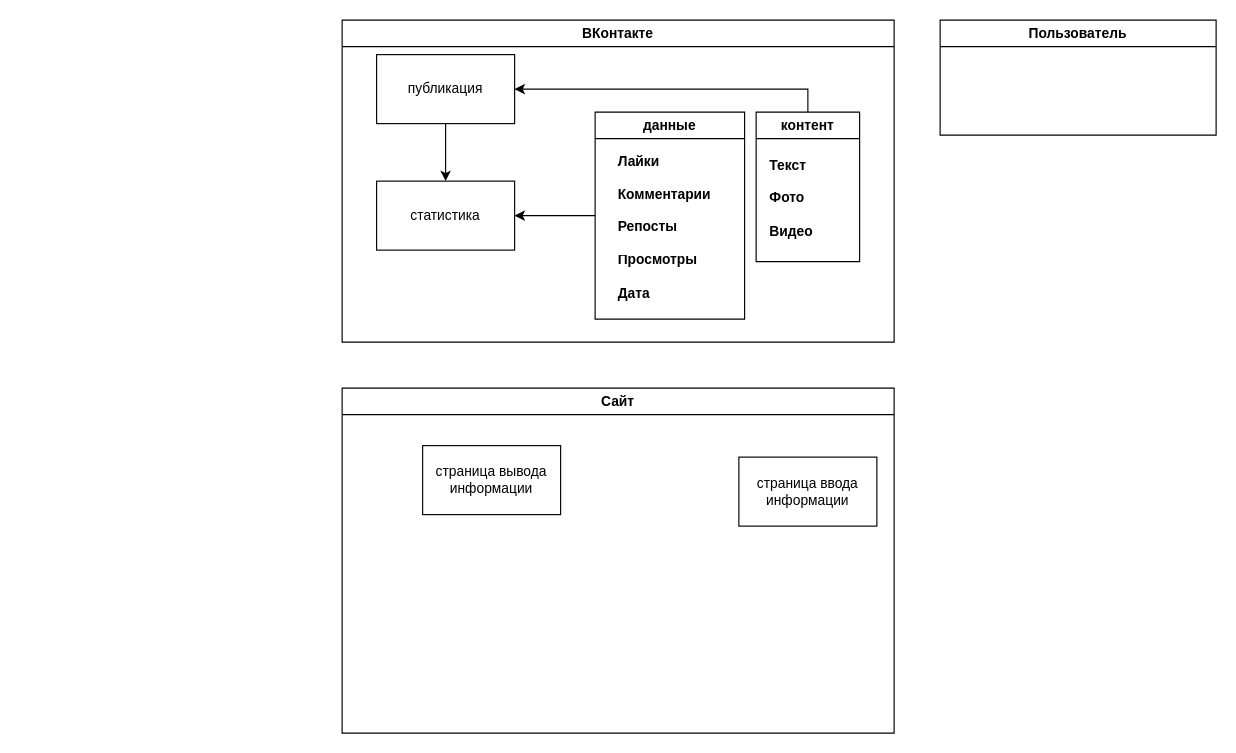
Above: мпо.drawio in l-voff/metods_rep (draw.io), before the change. Source tidied: cells renumbered, new cells numbered last; positions are measured from the earlier drawing's top-left corner, leaving out a move shared by most shapes. Both pictures are drawn from the tidied source at 115%, with x=0, y=0 at pixel (342, 20).
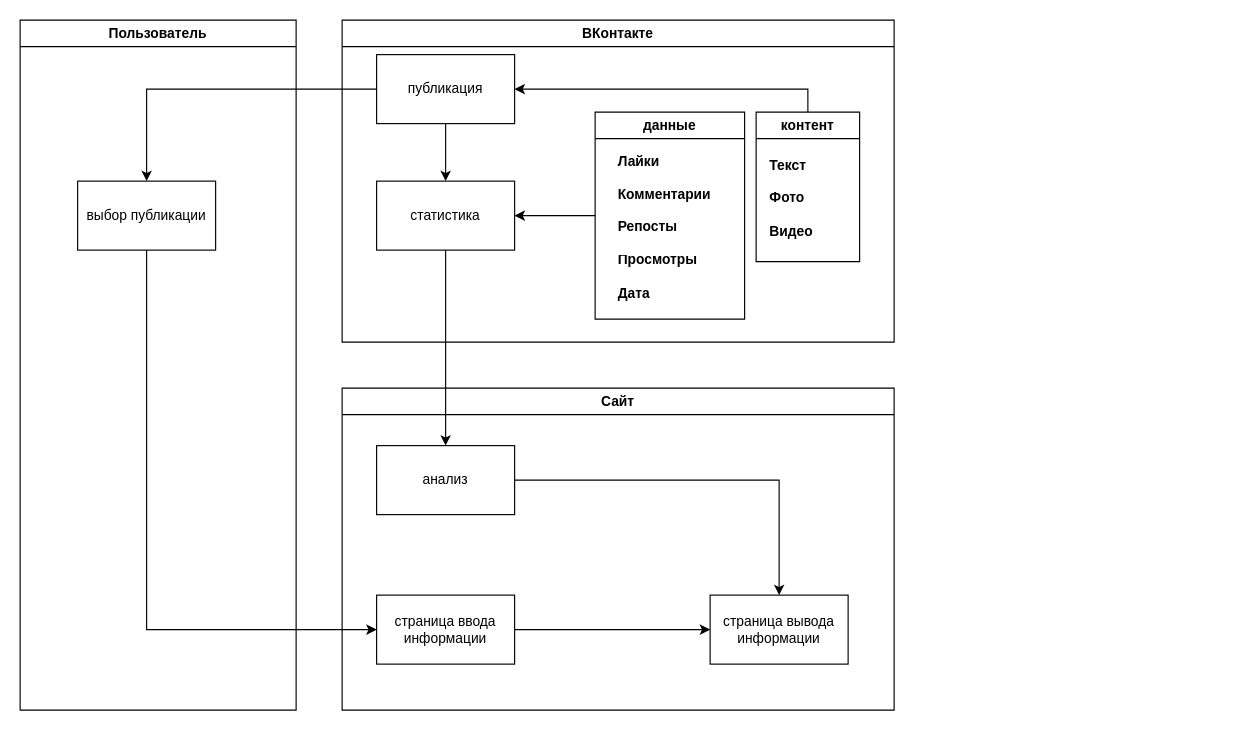
The same diagram, later.

The change refers to these unchanged cells:
```xml
<mxCell id="8" value="публикация" style="rounded=0;whiteSpace=wrap;html=1;" parent="6" vertex="1">
  <mxGeometry x="30" y="30" width="120" height="60" as="geometry" />
</mxCell>
<mxCell id="12" value="статистика" style="rounded=0;whiteSpace=wrap;html=1;" parent="6" vertex="1">
  <mxGeometry x="30" y="140" width="120" height="60" as="geometry" />
</mxCell>
```

The edit, as a diff of the source:
```diff
@@
     <mxCell id="2" value="Пользователь" style="swimlane;whiteSpace=wrap;html=1;" parent="1" vertex="1">
-      <mxGeometry x="520" width="240" height="100" as="geometry" />
+      <mxGeometry x="-280" width="240" height="600" as="geometry" />
     </mxCell>
+    <mxCell id="16" value="выбор публикации" style="rounded=0;whiteSpace=wrap;html=1;" parent="2" vertex="1">
+      <mxGeometry x="50" y="140" width="120" height="60" as="geometry" />
+    </mxCell>
     <mxCell id="3" value="Сайт" style="swimlane;whiteSpace=wrap;html=1;" parent="1" vertex="1">
-      <mxGeometry y="320" width="480" height="300" as="geometry" />
+      <mxGeometry y="320" width="480" height="280" as="geometry" />
     </mxCell>
     <mxCell id="4" value="страница вывода информации" style="rounded=0;whiteSpace=wrap;html=1;" parent="3" vertex="1">
-      <mxGeometry x="70" y="50" width="120" height="60" as="geometry" />
+      <mxGeometry x="320" y="180" width="120" height="60" as="geometry" />
     </mxCell>
+    <mxCell id="17" style="edgeStyle=orthogonalEdgeStyle;rounded=0;jettySize=auto;html=1;exitX=1;exitY=0.5;exitDx=0;exitDy=0;entryX=0;entryY=0.5;entryDx=0;entryDy=0;" parent="3" edge="1" source="5" target="4">
+      <mxGeometry relative="1" as="geometry" />
+    </mxCell>
     <mxCell id="5" value="страница ввода информации" style="rounded=0;whiteSpace=wrap;html=1;" parent="3" vertex="1">
-      <mxGeometry x="345" y="60" width="120" height="60" as="geometry" />
+      <mxGeometry x="30" y="180" width="120" height="60" as="geometry" />
     </mxCell>
+    <mxCell id="18" style="edgeStyle=orthogonalEdgeStyle;rounded=0;jettySize=auto;html=1;exitX=1;exitY=0.5;exitDx=0;exitDy=0;entryX=0.5;entryY=0;entryDx=0;entryDy=0;" parent="3" edge="1" source="19" target="4">
+      <mxGeometry relative="1" as="geometry" />
+    </mxCell>
+    <mxCell id="19" value="анализ" style="rounded=0;whiteSpace=wrap;html=1;" parent="3" vertex="1">
+      <mxGeometry x="30" y="50" width="120" height="60" as="geometry" />
+    </mxCell>
@@
+    <mxCell id="20" style="edgeStyle=orthogonalEdgeStyle;rounded=0;jettySize=auto;html=1;exitX=0.5;exitY=1;exitDx=0;exitDy=0;entryX=0.5;entryY=0;entryDx=0;entryDy=0;" parent="1" edge="1" source="12" target="19">
+      <mxGeometry relative="1" as="geometry" />
+    </mxCell>
+    <mxCell id="21" style="edgeStyle=orthogonalEdgeStyle;rounded=0;jettySize=auto;html=1;exitX=0;exitY=0.5;exitDx=0;exitDy=0;entryX=0.5;entryY=0;entryDx=0;entryDy=0;" parent="1" edge="1" source="8" target="16">
+      <mxGeometry relative="1" as="geometry" />
+    </mxCell>
+    <mxCell id="22" style="edgeStyle=orthogonalEdgeStyle;rounded=0;jettySize=auto;html=1;exitX=0.5;exitY=1;exitDx=0;exitDy=0;entryX=0;entryY=0.5;entryDx=0;entryDy=0;" parent="1" edge="1" source="16" target="5">
+      <mxGeometry relative="1" as="geometry" />
+    </mxCell>
```
